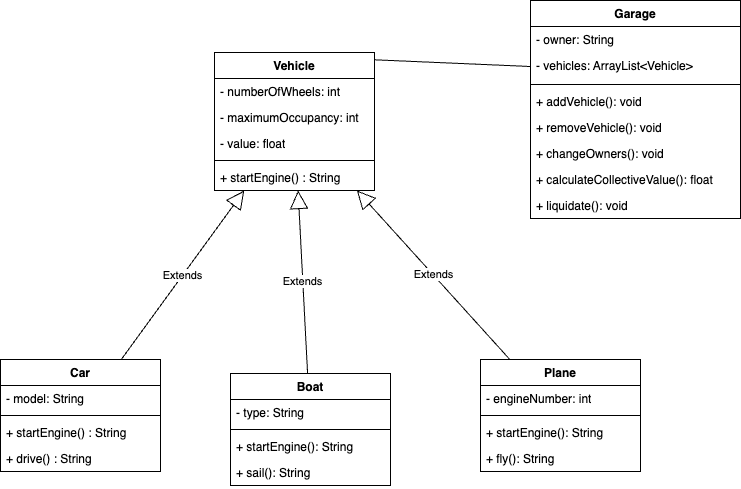
This is Garage_UML.png from Aebel-Shajan/lab_3.1_polymorphism, a draw.io export, as it was before one commit. Source tidied: cells renumbered, new cells last; positions are measured from the earlier drawing's top-left corner, leaving out a move shared by most shapes.
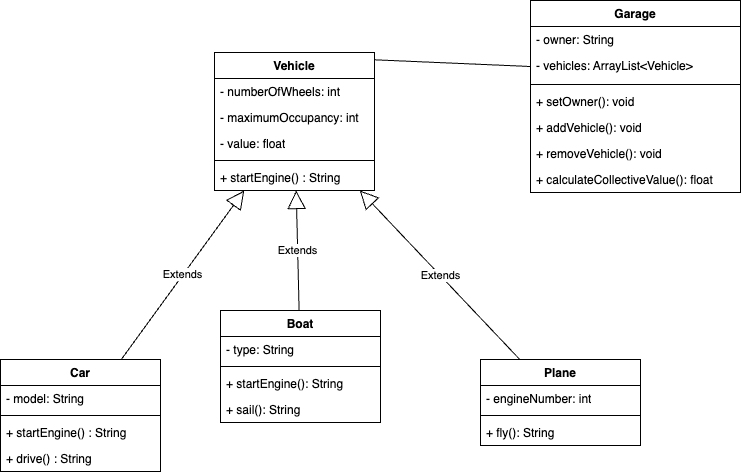
Above is the later version.

Commit message:
change uml diagram

The edit, as a diff of the source:
```diff
@@ -36,7 +36,7 @@
       <mxGeometry y="86" width="160" height="26" as="geometry" />
     </mxCell>
     <mxCell id="13" value="Boat" style="swimlane;fontStyle=1;align=center;verticalAlign=top;horizontal=1;startSize=26;whiteSpace=wrap;html=1;" parent="1" vertex="1">
-      <mxGeometry x="230" y="373" width="160" height="112" as="geometry" />
+      <mxGeometry x="220" y="310" width="160" height="112" as="geometry" />
     </mxCell>
     <mxCell id="14" value="- type: String" style="text;strokeColor=none;fillColor=none;align=left;verticalAlign=top;spacingLeft=4;spacingRight=4;overflow=hidden;whiteSpace=wrap;html=1;" parent="13" vertex="1">
       <mxGeometry y="26" width="160" height="26" as="geometry" />
@@ -51,7 +51,7 @@
       <mxGeometry y="86" width="160" height="26" as="geometry" />
     </mxCell>
     <mxCell id="18" value="Plane" style="swimlane;fontStyle=1;align=center;verticalAlign=top;horizontal=1;startSize=26;whiteSpace=wrap;html=1;" parent="1" vertex="1">
-      <mxGeometry x="480" y="359" width="160" height="112" as="geometry" />
+      <mxGeometry x="480" y="359" width="160" height="86" as="geometry" />
     </mxCell>
     <mxCell id="19" value="- engineNumber: int" style="text;strokeColor=none;fillColor=none;align=left;verticalAlign=top;spacingLeft=4;spacingRight=4;overflow=hidden;whiteSpace=wrap;html=1;" parent="18" vertex="1">
       <mxGeometry y="26" width="160" height="26" as="geometry" />
@@ -59,11 +59,8 @@
     <mxCell id="20" style="line;strokeWidth=1;fillColor=none;align=left;verticalAlign=middle;spacingTop=-1;spacingLeft=3;spacingRight=3;labelPosition=right;strokeColor=inherit;" parent="18" vertex="1">
       <mxGeometry y="52" width="160" height="8" as="geometry" />
     </mxCell>
-    <mxCell id="21" value="+ startEngine(): String" style="text;strokeColor=none;fillColor=none;align=left;verticalAlign=top;spacingLeft=4;spacingRight=4;overflow=hidden;whiteSpace=wrap;html=1;" parent="18" vertex="1">
-      <mxGeometry y="60" width="160" height="26" as="geometry" />
-    </mxCell>
     <mxCell id="22" value="+ fly(): String" style="text;strokeColor=none;fillColor=none;align=left;verticalAlign=top;spacingLeft=4;spacingRight=4;overflow=hidden;whiteSpace=wrap;html=1;" parent="18" vertex="1">
-      <mxGeometry y="86" width="160" height="26" as="geometry" />
+      <mxGeometry y="60" width="160" height="26" as="geometry" />
     </mxCell>
     <mxCell id="23" value="Extends" style="endArrow=block;endSize=16;endFill=0;html=1;rounded=0;" parent="1" edge="1" source="18" target="2">
       <mxGeometry relative="1" as="geometry" />
@@ -75,7 +72,7 @@
       <mxGeometry relative="1" as="geometry" />
     </mxCell>
     <mxCell id="26" value="Garage" style="swimlane;fontStyle=1;align=center;verticalAlign=top;horizontal=1;startSize=26;whiteSpace=wrap;html=1;" parent="1" vertex="1">
-      <mxGeometry x="530" width="210" height="218" as="geometry" />
+      <mxGeometry x="530" width="210" height="192" as="geometry" />
     </mxCell>
     <mxCell id="27" value="- owner: String" style="text;strokeColor=none;fillColor=none;align=left;verticalAlign=top;spacingLeft=4;spacingRight=4;overflow=hidden;whiteSpace=wrap;html=1;" parent="26" vertex="1">
       <mxGeometry y="26" width="210" height="26" as="geometry" />
@@ -86,21 +83,18 @@
     <mxCell id="29" style="line;strokeWidth=1;fillColor=none;align=left;verticalAlign=middle;spacingTop=-1;spacingLeft=3;spacingRight=3;labelPosition=right;strokeColor=inherit;" parent="26" vertex="1">
       <mxGeometry y="80" width="210" height="8" as="geometry" />
     </mxCell>
+    <mxCell id="32" value="+ setOwner(): void" style="text;strokeColor=none;fillColor=none;align=left;verticalAlign=top;spacingLeft=4;spacingRight=4;overflow=hidden;whiteSpace=wrap;html=1;" parent="26" vertex="1">
+      <mxGeometry y="88" width="210" height="26" as="geometry" />
+    </mxCell>
     <mxCell id="30" value="+ addVehicle(): void" style="text;strokeColor=none;fillColor=none;align=left;verticalAlign=top;spacingLeft=4;spacingRight=4;overflow=hidden;whiteSpace=wrap;html=1;" parent="26" vertex="1">
-      <mxGeometry y="88" width="210" height="26" as="geometry" />
+      <mxGeometry y="114" width="210" height="26" as="geometry" />
     </mxCell>
     <mxCell id="31" value="+ removeVehicle(): void" style="text;strokeColor=none;fillColor=none;align=left;verticalAlign=top;spacingLeft=4;spacingRight=4;overflow=hidden;whiteSpace=wrap;html=1;" parent="26" vertex="1">
-      <mxGeometry y="114" width="210" height="26" as="geometry" />
+      <mxGeometry y="140" width="210" height="26" as="geometry" />
     </mxCell>
-    <mxCell id="32" value="+ changeOwners(): void" style="text;strokeColor=none;fillColor=none;align=left;verticalAlign=top;spacingLeft=4;spacingRight=4;overflow=hidden;whiteSpace=wrap;html=1;" parent="26" vertex="1">
-      <mxGeometry y="140" width="210" height="26" as="geometry" />
-    </mxCell>
     <mxCell id="33" value="+ calculateCollectiveValue(): float" style="text;strokeColor=none;fillColor=none;align=left;verticalAlign=top;spacingLeft=4;spacingRight=4;overflow=hidden;whiteSpace=wrap;html=1;" parent="26" vertex="1">
       <mxGeometry y="166" width="210" height="26" as="geometry" />
     </mxCell>
-    <mxCell id="34" value="+ liquidate(): void" style="text;strokeColor=none;fillColor=none;align=left;verticalAlign=top;spacingLeft=4;spacingRight=4;overflow=hidden;whiteSpace=wrap;html=1;" parent="26" vertex="1">
-      <mxGeometry y="192" width="210" height="26" as="geometry" />
-    </mxCell>
     <mxCell id="35" style="endArrow=none;html=1;rounded=0;exitX=1;exitY=0.053;exitDx=0;exitDy=0;entryX=0;entryY=0.5;entryDx=0;entryDy=0;exitPerimeter=0;" parent="1" edge="1" source="2" target="28">
       <mxGeometry relative="1" as="geometry" />
     </mxCell>
```
